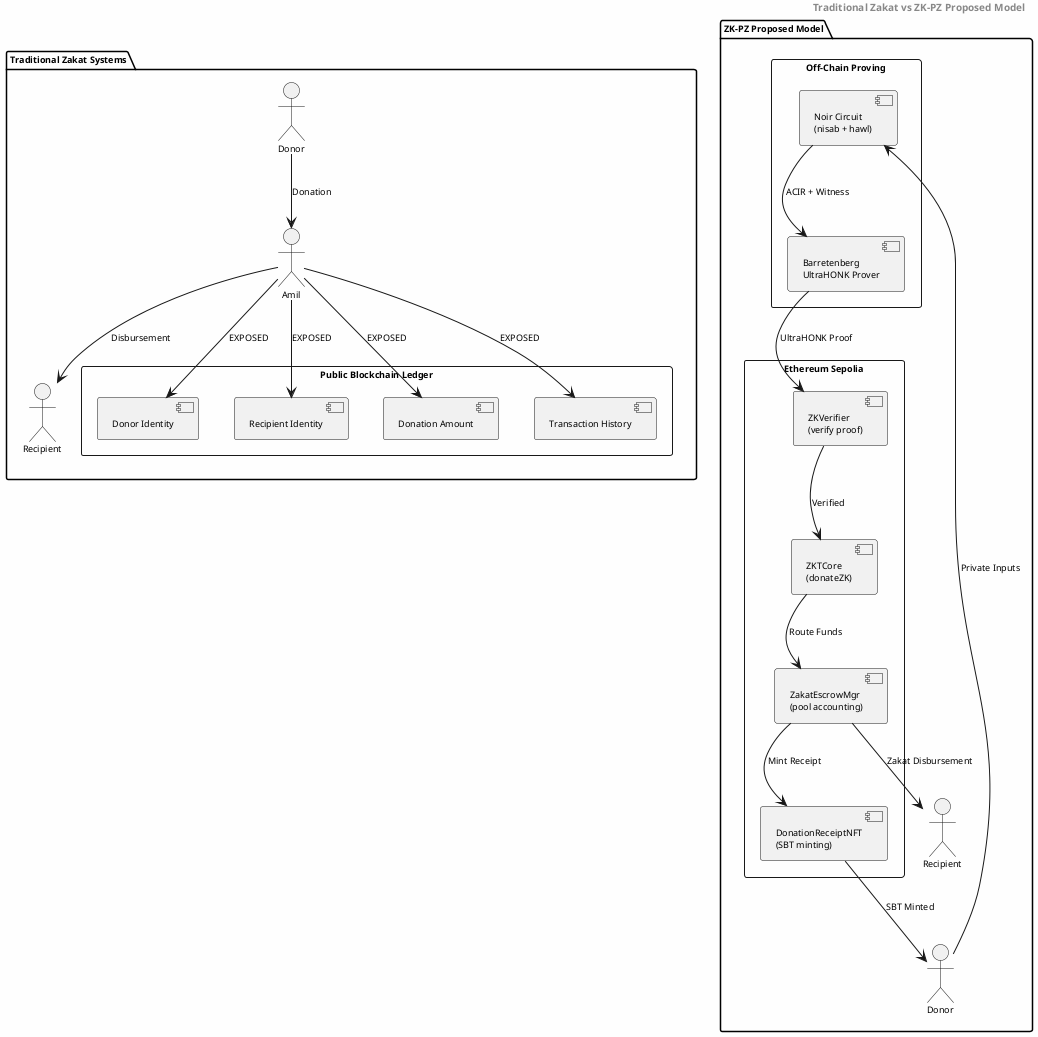
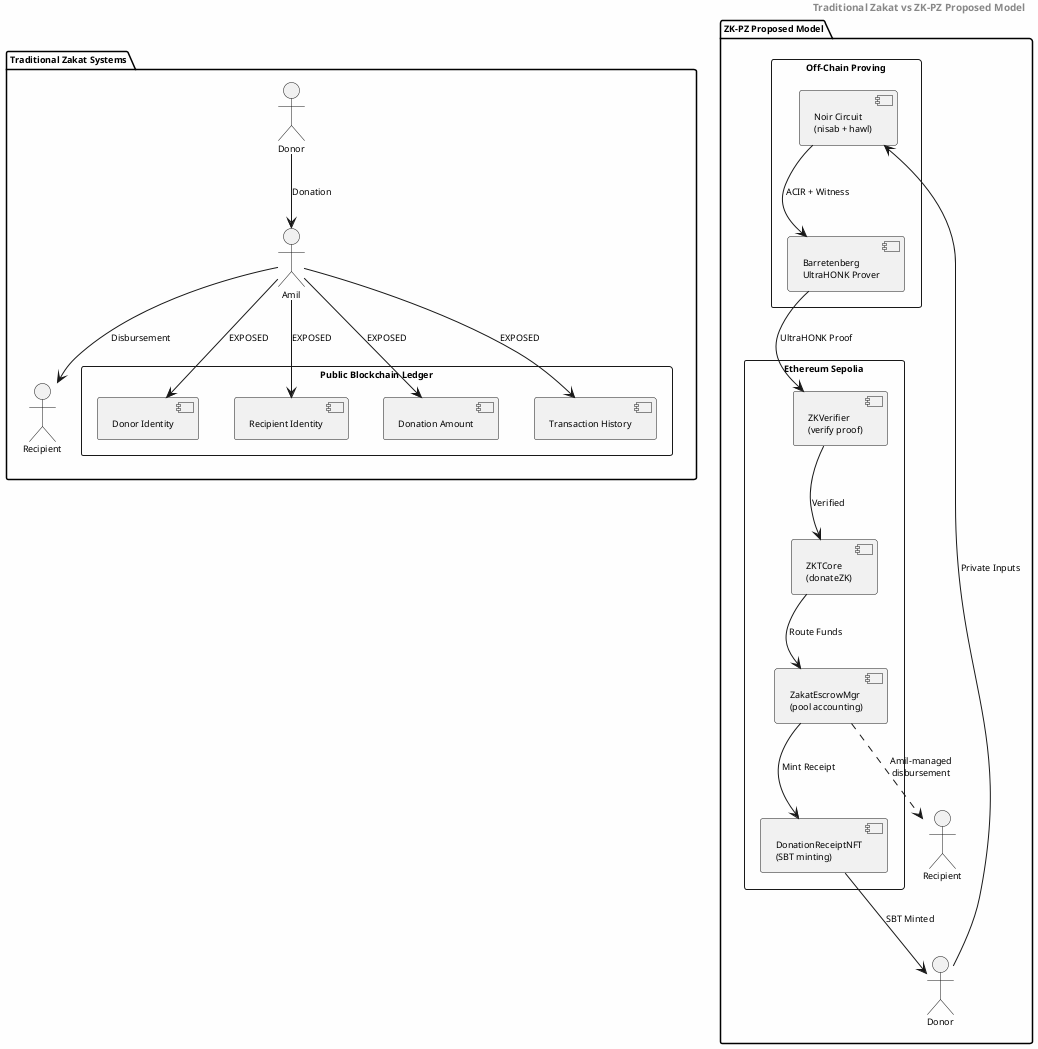
@startuml
skinparam backgroundColor #FEFEFE
skinparam shadowing false
skinparam defaultFontName Arial
skinparam defaultFontSize 9
skinparam packagePadding 2
skinparam nodePadding 2

header <b>Traditional Zakat vs ZK-PZ Proposed Model</b>

package "Traditional Zakat Systems" {
  actor Donor_T as "Donor"
  actor Amil_T as "Amil"
  actor Recipient_T as "Recipient"

  rectangle "Public Blockchain Ledger" {
    component DonorID as "Donor Identity"
    component RecipientID as "Recipient Identity"
    component Amount as "Donation Amount"
    component History as "Transaction History"
  }

  Donor_T --> Amil_T : Donation
  Amil_T --> Recipient_T : Disbursement
  Amil_T --> DonorID : EXPOSED
  Amil_T --> RecipientID : EXPOSED
  Amil_T --> Amount : EXPOSED
  Amil_T --> History : EXPOSED
}

package "ZK-PZ Proposed Model" {
  actor Donor_Z as "Donor"
  actor Recipient_Z as "Recipient"

  rectangle "Off-Chain Proving" as Proving {
    component NoirCircuit as "Noir Circuit\n(nisab + hawl)"
    component BBProver as "Barretenberg\nUltraHONK Prover"
  }

  rectangle "Ethereum Sepolia" as Sepolia {
    component ZKVerifier as "ZKVerifier\n(verify proof)"
    component ZKTCore as "ZKTCore\n(donateZK)"
    component Escrow as "ZakatEscrowMgr\n(pool accounting)"
    component ReceiptNFT as "DonationReceiptNFT\n(SBT minting)"
  }

  Donor_Z --> NoirCircuit : Private Inputs
  NoirCircuit --> BBProver : ACIR + Witness
  BBProver --> ZKVerifier : UltraHONK Proof
  ZKVerifier --> ZKTCore : Verified
  ZKTCore --> Escrow : Route Funds
  Escrow --> ReceiptNFT : Mint Receipt
  ReceiptNFT --> Donor_Z : SBT Minted
-   Escrow --> Recipient_Z : Zakat Disbursement
+   Escrow ..> Recipient_Z : Amil-managed\ndisbursement
}

@enduml
